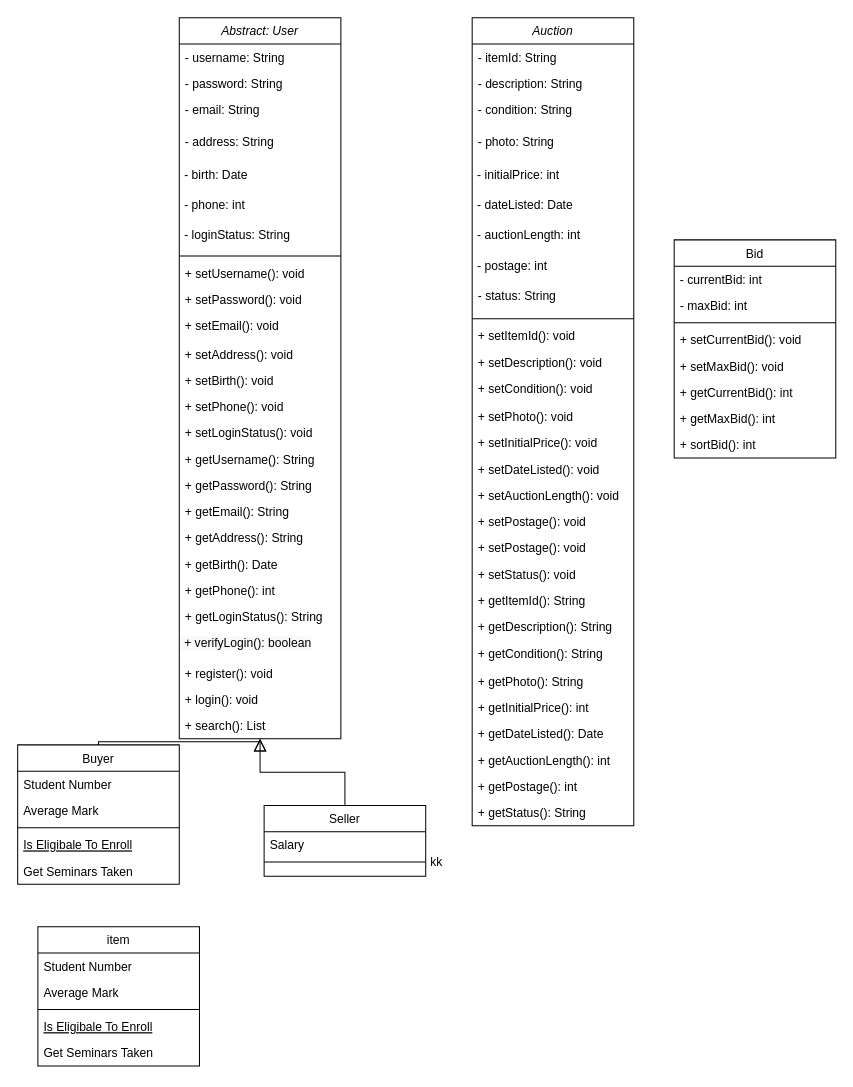
Before: class Diagram.drawio in impulseoy/learnGit, a draw.io diagram. Source tidied: cells renumbered, new cells numbered last; positions are measured from the earlier drawing's top-left corner, leaving out a move shared by most shapes. Both pictures are drawn from the tidied source at 101%, with x=0, y=0 at pixel (17, 17).
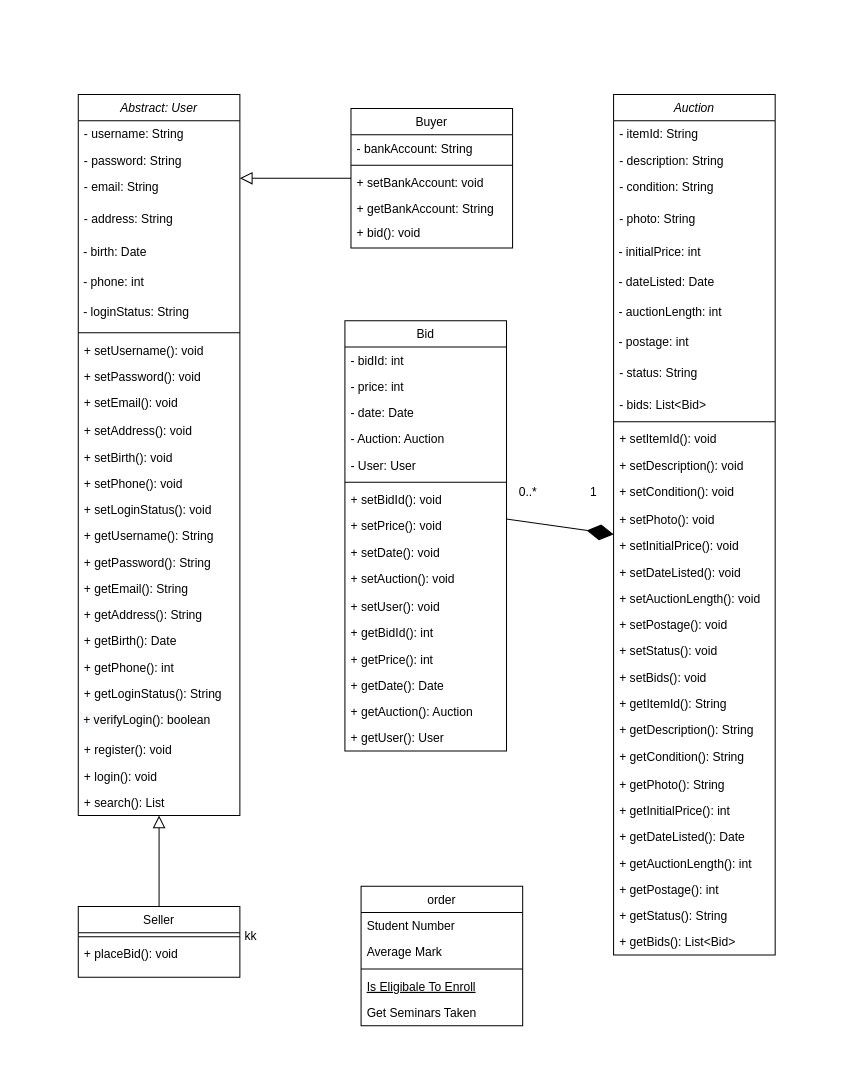
Above is the later version.

Change to the diagram source:
```diff
@@
     <mxCell id="2" value="Abstract: User" style="swimlane;fontStyle=2;align=center;verticalAlign=top;horizontal=1;startSize=26;rounded=0;shadow=0;strokeWidth=1;" parent="1" vertex="1">
-      <mxGeometry x="160" width="160" height="714" as="geometry" />
+      <mxGeometry x="60" y="76" width="160" height="714" as="geometry" />
     </mxCell>
@@
     <mxCell id="29" value="Buyer" style="swimlane;fontStyle=0;align=center;verticalAlign=top;horizontal=1;startSize=26;rounded=0;shadow=0;strokeWidth=1;" parent="1" vertex="1">
-      <mxGeometry y="720" width="160" height="138" as="geometry" />
+      <mxGeometry x="330" y="90" width="160" height="138" as="geometry" />
     </mxCell>
-    <mxCell id="30" value="Student Number" style="text;align=left;verticalAlign=top;spacingLeft=4;spacingRight=4;overflow=hidden;" parent="29" vertex="1">
-      <mxGeometry y="26" width="160" height="26" as="geometry" />
-    </mxCell>
-    <mxCell id="31" value="Average Mark" style="text;align=left;verticalAlign=top;spacingLeft=4;spacingRight=4;overflow=hidden;rounded=0;shadow=0;html=0;" parent="29" vertex="1">
-      <mxGeometry y="52" width="160" height="26" as="geometry" />
-    </mxCell>
+    <mxCell id="85" value="- bankAccount: String" style="text;align=left;verticalAlign=top;spacingLeft=4;spacingRight=4;overflow=hidden;" parent="29" vertex="1">
+      <mxGeometry y="26" width="160" height="26" as="geometry" />
+    </mxCell>
     <mxCell id="32" style="line;html=1;strokeWidth=1;align=left;verticalAlign=middle;spacingTop=-1;spacingLeft=3;spacingRight=3;labelPosition=right;" parent="29" vertex="1">
-      <mxGeometry y="78" width="160" height="8" as="geometry" />
+      <mxGeometry y="52" width="160" height="8" as="geometry" />
     </mxCell>
-    <mxCell id="33" value="Is Eligibale To Enroll" style="text;align=left;verticalAlign=top;spacingLeft=4;spacingRight=4;overflow=hidden;fontStyle=4;" parent="29" vertex="1">
-      <mxGeometry y="86" width="160" height="26" as="geometry" />
-    </mxCell>
-    <mxCell id="34" value="Get Seminars Taken" style="text;align=left;verticalAlign=top;spacingLeft=4;spacingRight=4;overflow=hidden;" parent="29" vertex="1">
-      <mxGeometry y="112" width="160" height="26" as="geometry" />
-    </mxCell>
+    <mxCell id="86" value="+ setBankAccount: void" style="text;align=left;verticalAlign=top;spacingLeft=4;spacingRight=4;overflow=hidden;" parent="29" vertex="1">
+      <mxGeometry y="60" width="160" height="26" as="geometry" />
+    </mxCell>
+    <mxCell id="87" value="+ getBankAccount: String" style="text;align=left;verticalAlign=top;spacingLeft=4;spacingRight=4;overflow=hidden;" parent="29" vertex="1">
+      <mxGeometry y="86" width="160" height="24" as="geometry" />
+    </mxCell>
+    <mxCell id="88" value="+ bid(): void" style="text;align=left;verticalAlign=top;spacingLeft=4;spacingRight=4;overflow=hidden;" parent="29" vertex="1">
+      <mxGeometry y="110" width="160" height="26" as="geometry" />
+    </mxCell>
@@
     <mxCell id="36" value="Seller" style="swimlane;fontStyle=0;align=center;verticalAlign=top;horizontal=1;startSize=26;rounded=0;shadow=0;strokeWidth=1;" parent="1" vertex="1">
-      <mxGeometry x="244" y="780" width="160" height="70" as="geometry" />
+      <mxGeometry x="60" y="880" width="160" height="70" as="geometry" />
     </mxCell>
-    <mxCell id="37" value="Salary" style="text;align=left;verticalAlign=top;spacingLeft=4;spacingRight=4;overflow=hidden;" parent="36" vertex="1">
-      <mxGeometry y="26" width="160" height="26" as="geometry" />
-    </mxCell>
     <mxCell id="38" value="kk" style="line;html=1;strokeWidth=1;align=left;verticalAlign=middle;spacingTop=-1;spacingLeft=3;spacingRight=3;labelPosition=right;" parent="36" vertex="1">
-      <mxGeometry y="52" width="160" height="8" as="geometry" />
+      <mxGeometry y="26" width="160" height="8" as="geometry" />
     </mxCell>
+    <mxCell id="89" value="+ placeBid(): void" style="text;align=left;verticalAlign=top;spacingLeft=4;spacingRight=4;overflow=hidden;" parent="36" vertex="1">
+      <mxGeometry y="34" width="160" height="26" as="geometry" />
+    </mxCell>
@@
     <mxCell id="40" value="Auction" style="swimlane;fontStyle=2;align=center;verticalAlign=top;horizontal=1;startSize=26;rounded=0;shadow=0;strokeWidth=1;" parent="1" vertex="1">
-      <mxGeometry x="450" width="160" height="800" as="geometry" />
+      <mxGeometry x="590" y="76" width="160" height="852" as="geometry" />
     </mxCell>
@@
+    <mxCell id="90" value="- bids: List&lt;Bid&gt;" style="text;align=left;verticalAlign=top;spacingLeft=4;spacingRight=4;overflow=hidden;" parent="40" vertex="1">
+      <mxGeometry y="294" width="160" height="26" as="geometry" />
+    </mxCell>
     <mxCell id="50" style="line;html=1;strokeWidth=1;align=left;verticalAlign=middle;spacingTop=-1;spacingLeft=3;spacingRight=3;labelPosition=right;" parent="40" vertex="1">
-      <mxGeometry y="294" width="160" height="8" as="geometry" />
+      <mxGeometry y="320" width="160" height="8" as="geometry" />
     </mxCell>
     <mxCell id="51" value="+ setItemId(): void" style="text;align=left;verticalAlign=top;spacingLeft=4;spacingRight=4;overflow=hidden;" parent="40" vertex="1">
-      <mxGeometry y="302" width="160" height="26" as="geometry" />
+      <mxGeometry y="328" width="160" height="26" as="geometry" />
     </mxCell>
     <mxCell id="52" value="+ setDescription(): void" style="text;align=left;verticalAlign=top;spacingLeft=4;spacingRight=4;overflow=hidden;" parent="40" vertex="1">
-      <mxGeometry y="328" width="160" height="26" as="geometry" />
+      <mxGeometry y="354" width="160" height="26" as="geometry" />
     </mxCell>
     <mxCell id="53" value="+ setCondition(): void" style="text;align=left;verticalAlign=top;spacingLeft=4;spacingRight=4;overflow=hidden;" parent="40" vertex="1">
-      <mxGeometry y="354" width="160" height="28" as="geometry" />
+      <mxGeometry y="380" width="160" height="28" as="geometry" />
     </mxCell>
     <mxCell id="54" value="+ setPhoto(): void&#10;" style="text;align=left;verticalAlign=top;spacingLeft=4;spacingRight=4;overflow=hidden;" parent="40" vertex="1">
-      <mxGeometry y="382" width="160" height="26" as="geometry" />
+      <mxGeometry y="408" width="160" height="26" as="geometry" />
     </mxCell>
     <mxCell id="55" value="+ setInitialPrice(): void" style="text;align=left;verticalAlign=top;spacingLeft=4;spacingRight=4;overflow=hidden;points=[[0,0.5],[1,0.5]];portConstraint=eastwest;" parent="40" vertex="1">
-      <mxGeometry y="408" width="160" height="26" as="geometry" />
+      <mxGeometry y="434" width="160" height="26" as="geometry" />
     </mxCell>
     <mxCell id="56" value="+ setDateListed(): void" style="text;align=left;verticalAlign=top;spacingLeft=4;spacingRight=4;overflow=hidden;" parent="40" vertex="1">
-      <mxGeometry y="434" width="160" height="26" as="geometry" />
+      <mxGeometry y="460" width="160" height="26" as="geometry" />
     </mxCell>
     <mxCell id="57" value="+ setAuctionLength(): void" style="text;align=left;verticalAlign=top;spacingLeft=4;spacingRight=4;overflow=hidden;" parent="40" vertex="1">
-      <mxGeometry y="460" width="160" height="26" as="geometry" />
+      <mxGeometry y="486" width="160" height="26" as="geometry" />
     </mxCell>
-    <mxCell id="58" value="+ setPostage(): void" style="text;align=left;verticalAlign=top;spacingLeft=4;spacingRight=4;overflow=hidden;" parent="40" vertex="1">
-      <mxGeometry y="486" width="160" height="26" as="geometry" />
-    </mxCell>
@@
+    <mxCell id="91" value="+ setBids(): void" style="text;align=left;verticalAlign=top;spacingLeft=4;spacingRight=4;overflow=hidden;" parent="40" vertex="1">
+      <mxGeometry y="564" width="160" height="26" as="geometry" />
+    </mxCell>
     <mxCell id="61" value="+ getItemId(): String" style="text;align=left;verticalAlign=top;spacingLeft=4;spacingRight=4;overflow=hidden;" parent="40" vertex="1">
-      <mxGeometry y="564" width="160" height="26" as="geometry" />
+      <mxGeometry y="590" width="160" height="26" as="geometry" />
     </mxCell>
     <mxCell id="62" value="+ getDescription(): String" style="text;align=left;verticalAlign=top;spacingLeft=4;spacingRight=4;overflow=hidden;" parent="40" vertex="1">
-      <mxGeometry y="590" width="160" height="26" as="geometry" />
+      <mxGeometry y="616" width="160" height="26" as="geometry" />
     </mxCell>
     <mxCell id="63" value="+ getCondition(): String" style="text;align=left;verticalAlign=top;spacingLeft=4;spacingRight=4;overflow=hidden;" parent="40" vertex="1">
-      <mxGeometry y="616" width="160" height="28" as="geometry" />
+      <mxGeometry y="642" width="160" height="28" as="geometry" />
     </mxCell>
     <mxCell id="64" value="+ getPhoto(): String" style="text;align=left;verticalAlign=top;spacingLeft=4;spacingRight=4;overflow=hidden;" parent="40" vertex="1">
-      <mxGeometry y="644" width="160" height="26" as="geometry" />
+      <mxGeometry y="670" width="160" height="26" as="geometry" />
     </mxCell>
     <mxCell id="65" value="+ getInitialPrice(): int" style="text;align=left;verticalAlign=top;spacingLeft=4;spacingRight=4;overflow=hidden;" parent="40" vertex="1">
-      <mxGeometry y="670" width="160" height="26" as="geometry" />
+      <mxGeometry y="696" width="160" height="26" as="geometry" />
     </mxCell>
     <mxCell id="66" value="+ getDateListed(): Date" style="text;align=left;verticalAlign=top;spacingLeft=4;spacingRight=4;overflow=hidden;" parent="40" vertex="1">
-      <mxGeometry y="696" width="160" height="26" as="geometry" />
+      <mxGeometry y="722" width="160" height="26" as="geometry" />
     </mxCell>
     <mxCell id="67" value="+ getAuctionLength(): int" style="text;align=left;verticalAlign=top;spacingLeft=4;spacingRight=4;overflow=hidden;" parent="40" vertex="1">
-      <mxGeometry y="722" width="160" height="26" as="geometry" />
+      <mxGeometry y="748" width="160" height="26" as="geometry" />
     </mxCell>
     <mxCell id="68" value="+ getPostage(): int" style="text;align=left;verticalAlign=top;spacingLeft=4;spacingRight=4;overflow=hidden;" parent="40" vertex="1">
-      <mxGeometry y="748" width="160" height="26" as="geometry" />
+      <mxGeometry y="774" width="160" height="26" as="geometry" />
     </mxCell>
     <mxCell id="69" value="+ getStatus(): String" style="text;align=left;verticalAlign=top;spacingLeft=4;spacingRight=4;overflow=hidden;" parent="40" vertex="1">
-      <mxGeometry y="774" width="160" height="26" as="geometry" />
+      <mxGeometry y="800" width="160" height="26" as="geometry" />
     </mxCell>
+    <mxCell id="92" value="+ getBids(): List&lt;Bid&gt;" style="text;align=left;verticalAlign=top;spacingLeft=4;spacingRight=4;overflow=hidden;" parent="40" vertex="1">
+      <mxGeometry y="826" width="160" height="26" as="geometry" />
+    </mxCell>
-    <mxCell id="70" value="item" style="swimlane;fontStyle=0;align=center;verticalAlign=top;horizontal=1;startSize=26;rounded=0;shadow=0;strokeWidth=1;" parent="1" vertex="1">
-      <mxGeometry x="20" y="900" width="160" height="138" as="geometry" />
+    <mxCell id="70" value="order" style="swimlane;fontStyle=0;align=center;verticalAlign=top;horizontal=1;startSize=26;rounded=0;shadow=0;strokeWidth=1;" parent="1" vertex="1">
+      <mxGeometry x="340" y="860" width="160" height="138" as="geometry" />
     </mxCell>
@@
     <mxCell id="76" value="Bid" style="swimlane;fontStyle=0;align=center;verticalAlign=top;horizontal=1;startSize=26;rounded=0;shadow=0;strokeWidth=1;" parent="1" vertex="1">
-      <mxGeometry x="650" y="220" width="160" height="216" as="geometry" />
+      <mxGeometry x="324" y="300" width="160" height="426" as="geometry" />
     </mxCell>
-    <mxCell id="77" value="- currentBid: int" style="text;align=left;verticalAlign=top;spacingLeft=4;spacingRight=4;overflow=hidden;" parent="76" vertex="1">
+    <mxCell id="77" value="- bidId: int" style="text;align=left;verticalAlign=top;spacingLeft=4;spacingRight=4;overflow=hidden;" parent="76" vertex="1">
       <mxGeometry y="26" width="160" height="26" as="geometry" />
     </mxCell>
-    <mxCell id="78" value="- maxBid: int" style="text;align=left;verticalAlign=top;spacingLeft=4;spacingRight=4;overflow=hidden;" parent="76" vertex="1">
+    <mxCell id="78" value="- price: int" style="text;align=left;verticalAlign=top;spacingLeft=4;spacingRight=4;overflow=hidden;" parent="76" vertex="1">
       <mxGeometry y="52" width="160" height="26" as="geometry" />
     </mxCell>
+    <mxCell id="93" value="- date: Date" style="text;align=left;verticalAlign=top;spacingLeft=4;spacingRight=4;overflow=hidden;" parent="76" vertex="1">
+      <mxGeometry y="78" width="160" height="26" as="geometry" />
+    </mxCell>
+    <mxCell id="94" value="- Auction: Auction" style="text;align=left;verticalAlign=top;spacingLeft=4;spacingRight=4;overflow=hidden;" parent="76" vertex="1">
+      <mxGeometry y="104" width="160" height="26" as="geometry" />
+    </mxCell>
+    <mxCell id="95" value="- User: User" style="text;align=left;verticalAlign=top;spacingLeft=4;spacingRight=4;overflow=hidden;" parent="76" vertex="1">
+      <mxGeometry y="130" width="160" height="26" as="geometry" />
+    </mxCell>
     <mxCell id="79" style="line;html=1;strokeWidth=1;align=left;verticalAlign=middle;spacingTop=-1;spacingLeft=3;spacingRight=3;labelPosition=right;" parent="76" vertex="1">
-      <mxGeometry y="78" width="160" height="8" as="geometry" />
+      <mxGeometry y="156" width="160" height="8" as="geometry" />
     </mxCell>
-    <mxCell id="80" value="+ setCurrentBid(): void" style="text;align=left;verticalAlign=top;spacingLeft=4;spacingRight=4;overflow=hidden;" parent="76" vertex="1">
-      <mxGeometry y="86" width="160" height="26" as="geometry" />
+    <mxCell id="80" value="+ setBidId(): void" style="text;align=left;verticalAlign=top;spacingLeft=4;spacingRight=4;overflow=hidden;" parent="76" vertex="1">
+      <mxGeometry y="164" width="160" height="26" as="geometry" />
     </mxCell>
-    <mxCell id="81" value="+ setMaxBid(): void" style="text;align=left;verticalAlign=top;spacingLeft=4;spacingRight=4;overflow=hidden;points=[[0,0.5],[1,0.5]];portConstraint=eastwest;" parent="76" vertex="1">
-      <mxGeometry y="112" width="160" height="26" as="geometry" />
+    <mxCell id="81" value="+ setPrice(): void" style="text;align=left;verticalAlign=top;spacingLeft=4;spacingRight=4;overflow=hidden;points=[[0,0.5],[1,0.5]];portConstraint=eastwest;" parent="76" vertex="1">
+      <mxGeometry y="190" width="160" height="26" as="geometry" />
     </mxCell>
-    <mxCell id="82" value="+ getCurrentBid(): int" style="text;align=left;verticalAlign=top;spacingLeft=4;spacingRight=4;overflow=hidden;" parent="76" vertex="1">
-      <mxGeometry y="138" width="160" height="26" as="geometry" />
+    <mxCell id="82" value="+ setDate(): void" style="text;align=left;verticalAlign=top;spacingLeft=4;spacingRight=4;overflow=hidden;" parent="76" vertex="1">
+      <mxGeometry y="216" width="160" height="26" as="geometry" />
     </mxCell>
-    <mxCell id="83" value="+ getMaxBid(): int" style="text;align=left;verticalAlign=top;spacingLeft=4;spacingRight=4;overflow=hidden;" parent="76" vertex="1">
-      <mxGeometry y="164" width="160" height="26" as="geometry" />
+    <mxCell id="83" value="+ setAuction(): void" style="text;align=left;verticalAlign=top;spacingLeft=4;spacingRight=4;overflow=hidden;" parent="76" vertex="1">
+      <mxGeometry y="242" width="160" height="28" as="geometry" />
     </mxCell>
-    <mxCell id="84" value="+ sortBid(): int" style="text;align=left;verticalAlign=top;spacingLeft=4;spacingRight=4;overflow=hidden;" parent="76" vertex="1">
-      <mxGeometry y="190" width="160" height="26" as="geometry" />
+    <mxCell id="84" value="+ setUser(): void" style="text;align=left;verticalAlign=top;spacingLeft=4;spacingRight=4;overflow=hidden;" parent="76" vertex="1">
+      <mxGeometry y="270" width="160" height="26" as="geometry" />
     </mxCell>
+    <mxCell id="96" value="+ getBidId(): int" style="text;align=left;verticalAlign=top;spacingLeft=4;spacingRight=4;overflow=hidden;" parent="76" vertex="1">
+      <mxGeometry y="296" width="160" height="26" as="geometry" />
+    </mxCell>
+    <mxCell id="97" value="+ getPrice(): int" style="text;align=left;verticalAlign=top;spacingLeft=4;spacingRight=4;overflow=hidden;" parent="76" vertex="1">
+      <mxGeometry y="322" width="160" height="26" as="geometry" />
+    </mxCell>
+    <mxCell id="98" value="+ getDate(): Date" style="text;align=left;verticalAlign=top;spacingLeft=4;spacingRight=4;overflow=hidden;" parent="76" vertex="1">
+      <mxGeometry y="348" width="160" height="26" as="geometry" />
+    </mxCell>
+    <mxCell id="99" value="+ getAuction(): Auction" style="text;align=left;verticalAlign=top;spacingLeft=4;spacingRight=4;overflow=hidden;" parent="76" vertex="1">
+      <mxGeometry y="374" width="160" height="26" as="geometry" />
+    </mxCell>
+    <mxCell id="100" value="+ getUser(): User" style="text;align=left;verticalAlign=top;spacingLeft=4;spacingRight=4;overflow=hidden;" parent="76" vertex="1">
+      <mxGeometry y="400" width="160" height="26" as="geometry" />
+    </mxCell>
+    <mxCell id="101" style="endArrow=diamondThin;endFill=1;endSize=24;html=1;exitX=0.998;exitY=0.241;exitDx=0;exitDy=0;exitPerimeter=0;" parent="1" edge="1" source="81" target="55">
+      <mxGeometry relative="1" as="geometry" />
+    </mxCell>
+    <mxCell id="102" value="1" style="text;html=1;align=center;verticalAlign=middle;" parent="1" vertex="1">
+      <mxGeometry x="560" y="460" width="20" height="20" as="geometry" />
+    </mxCell>
+    <mxCell id="103" value="0..*" style="text;html=1;align=center;verticalAlign=middle;" parent="1" vertex="1">
+      <mxGeometry x="490" y="460" width="30" height="20" as="geometry" />
+    </mxCell>
```
